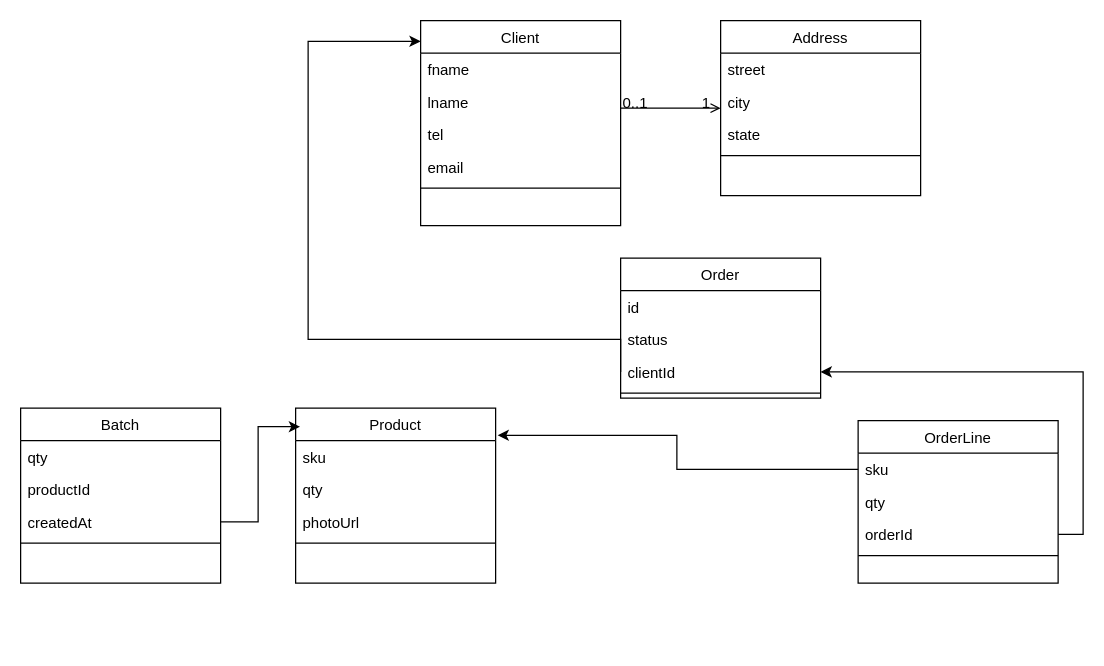
Before: Діаграма без назви.drawio in DaddyStannis/forging-crm, a draw.io diagram. Source tidied: cells renumbered, new cells numbered last; positions are measured from the earlier drawing's top-left corner, leaving out a move shared by most shapes. Both pictures are drawn from the tidied source at 125%, with x=0, y=0 at pixel (20, 20).
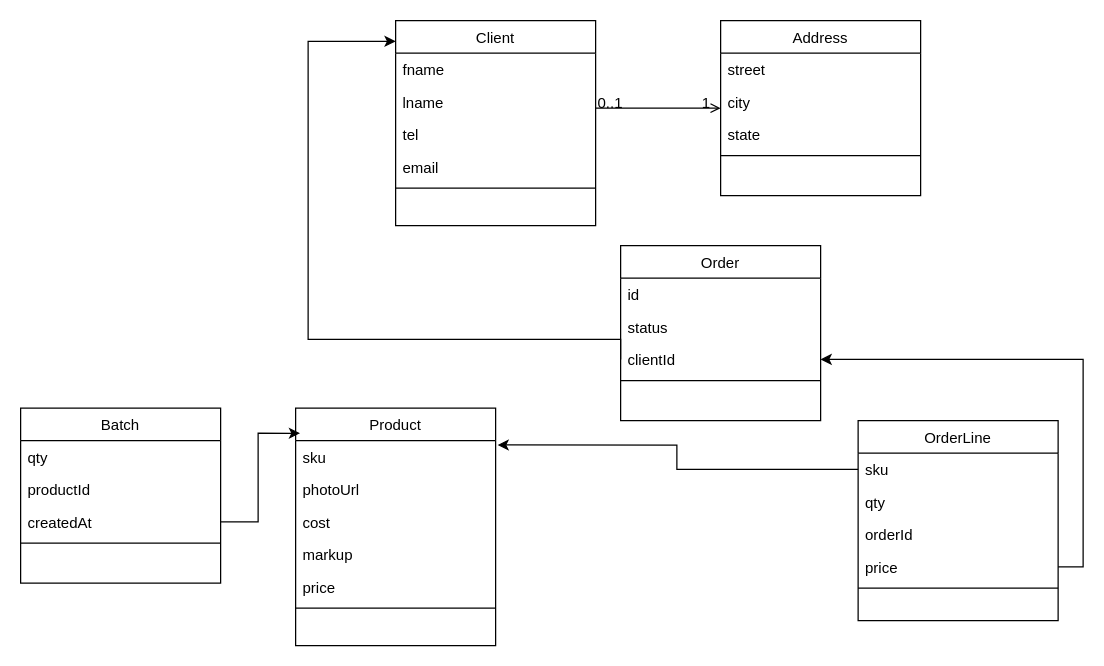
After the change.

The edit, as a diff of the source:
```diff
@@
     <mxCell id="2" value="Client" style="swimlane;fontStyle=0;align=center;verticalAlign=top;horizontal=1;startSize=26;rounded=0;shadow=0;strokeWidth=1;" parent="1" vertex="1">
-      <mxGeometry x="320" width="160" height="164" as="geometry" />
+      <mxGeometry x="300" width="160" height="164" as="geometry" />
     </mxCell>
@@
     <mxCell id="21" value="Product" style="swimlane;fontStyle=0;align=center;verticalAlign=top;horizontal=1;startSize=26;rounded=0;shadow=0;strokeWidth=1;" parent="1" vertex="1">
-      <mxGeometry x="220" y="310" width="160" height="140" as="geometry" />
+      <mxGeometry x="220" y="310" width="160" height="190" as="geometry" />
     </mxCell>
@@
-    <mxCell id="23" value="qty" style="text;align=left;verticalAlign=top;spacingLeft=4;spacingRight=4;overflow=hidden;rounded=0;shadow=0;html=0;" parent="21" vertex="1">
-      <mxGeometry y="52" width="160" height="26" as="geometry" />
-    </mxCell>
     <mxCell id="24" value="photoUrl" style="text;align=left;verticalAlign=top;spacingLeft=4;spacingRight=4;overflow=hidden;rounded=0;shadow=0;html=0;" parent="21" vertex="1">
-      <mxGeometry y="78" width="160" height="26" as="geometry" />
+      <mxGeometry y="52" width="160" height="26" as="geometry" />
     </mxCell>
+    <mxCell id="40" value="cost" style="text;align=left;verticalAlign=top;spacingLeft=4;spacingRight=4;overflow=hidden;rounded=0;shadow=0;html=0;" parent="21" vertex="1">
+      <mxGeometry y="78" width="160" height="26" as="geometry" />
+    </mxCell>
+    <mxCell id="41" value="markup" style="text;align=left;verticalAlign=top;spacingLeft=4;spacingRight=4;overflow=hidden;rounded=0;shadow=0;html=0;" parent="21" vertex="1">
+      <mxGeometry y="104" width="160" height="26" as="geometry" />
+    </mxCell>
+    <mxCell id="42" value="price" style="text;align=left;verticalAlign=top;spacingLeft=4;spacingRight=4;overflow=hidden;rounded=0;shadow=0;html=0;" parent="21" vertex="1">
+      <mxGeometry y="130" width="160" height="26" as="geometry" />
+    </mxCell>
     <mxCell id="25" style="line;html=1;strokeWidth=1;align=left;verticalAlign=middle;spacingTop=-1;spacingLeft=3;spacingRight=3;labelPosition=right;" parent="21" vertex="1">
-      <mxGeometry y="104" width="160" height="8" as="geometry" />
+      <mxGeometry y="156" width="160" height="8" as="geometry" />
     </mxCell>
@@
     <mxCell id="27" value="Order" style="swimlane;fontStyle=0;align=center;verticalAlign=top;horizontal=1;startSize=26;rounded=0;shadow=0;strokeWidth=1;" parent="1" vertex="1">
-      <mxGeometry x="480" y="190" width="160" height="112" as="geometry" />
+      <mxGeometry x="480" y="180" width="160" height="140" as="geometry" />
     </mxCell>
@@
     <mxCell id="32" value="OrderLine" style="swimlane;fontStyle=0;align=center;verticalAlign=top;horizontal=1;startSize=26;rounded=0;shadow=0;strokeWidth=1;" parent="1" vertex="1">
-      <mxGeometry x="670" y="320" width="160" height="130" as="geometry" />
+      <mxGeometry x="670" y="320" width="160" height="160" as="geometry" />
     </mxCell>
@@
+    <mxCell id="43" value="orderId" style="text;align=left;verticalAlign=top;spacingLeft=4;spacingRight=4;overflow=hidden;rounded=0;shadow=0;html=0;" parent="32" vertex="1">
+      <mxGeometry y="78" width="160" height="26" as="geometry" />
+    </mxCell>
-    <mxCell id="35" value="orderId" style="text;align=left;verticalAlign=top;spacingLeft=4;spacingRight=4;overflow=hidden;points=[[0,0.5],[1,0.5]];portConstraint=eastwest;rounded=0;shadow=0;html=0;" parent="32" vertex="1">
-      <mxGeometry y="78" width="160" height="26" as="geometry" />
+    <mxCell id="35" value="price" style="text;align=left;verticalAlign=top;spacingLeft=4;spacingRight=4;overflow=hidden;points=[[0,0.5],[1,0.5]];portConstraint=eastwest;rounded=0;shadow=0;html=0;" parent="32" vertex="1">
+      <mxGeometry y="104" width="160" height="26" as="geometry" />
     </mxCell>
     <mxCell id="36" style="line;html=1;strokeWidth=1;align=left;verticalAlign=middle;spacingTop=-1;spacingLeft=3;spacingRight=3;labelPosition=right;" parent="32" vertex="1">
-      <mxGeometry y="104" width="160" height="8" as="geometry" />
+      <mxGeometry y="130" width="160" height="8" as="geometry" />
     </mxCell>
```
